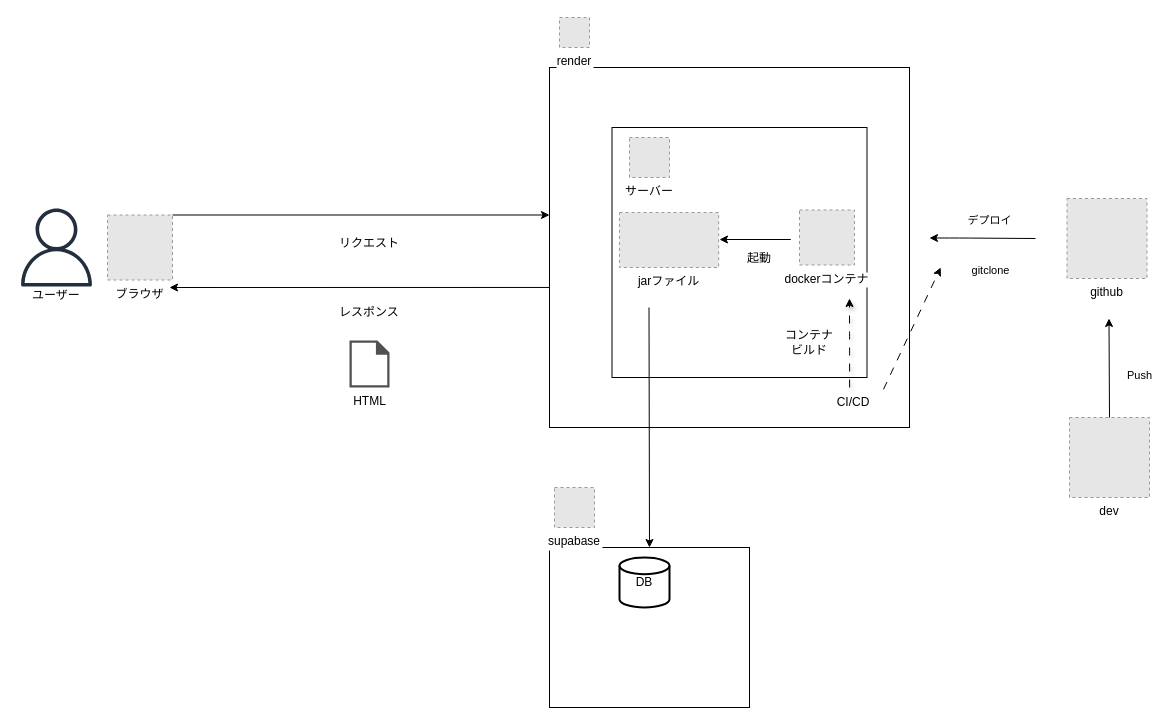
This is page "ページ2" (1 of 2) of InfrastructureArchitecture.drawio from Strawberry0121/EC-SITE, a draw.io file, before an edit. Source tidied: cells renumbered, new cells numbered last; positions are measured from the earlier drawing's top-left corner, leaving out a move shared by most shapes. Both pictures are drawn from the tidied source at 100%, with x=0, y=0 at pixel (17, 17). Pictures stored in the file or linked from it are replaced by grey dashed boxes.
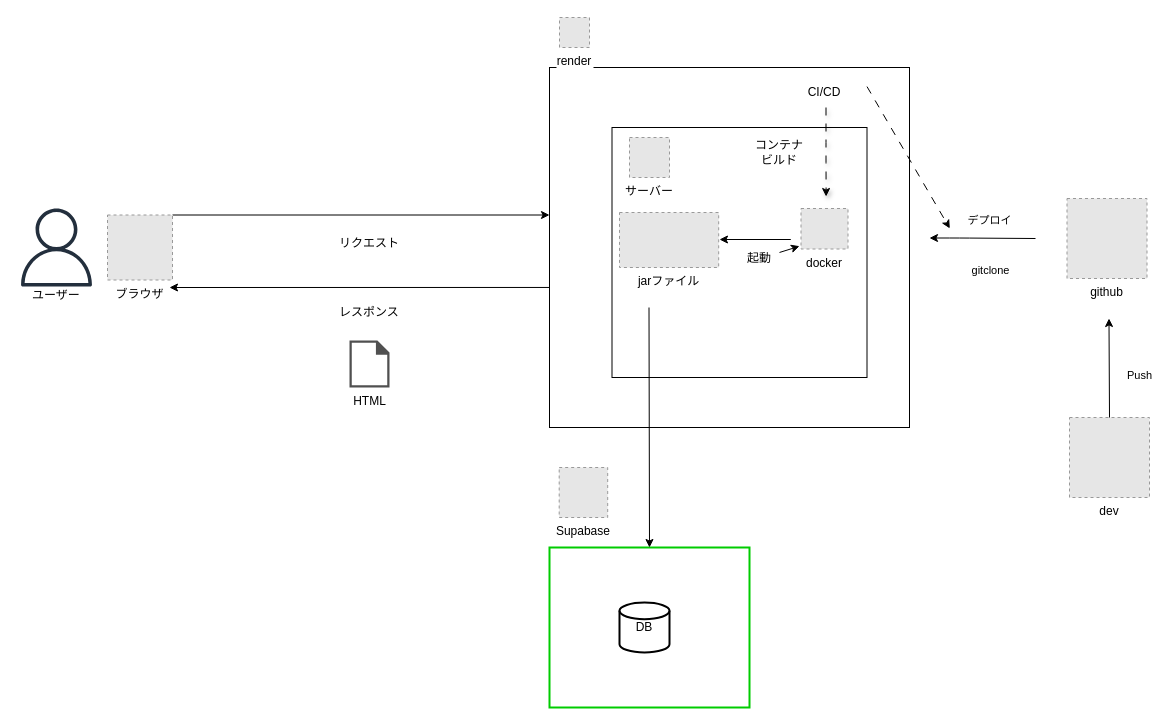
After the change.

Unchanged cells that the change refers to:
```xml
<mxCell id="26" value="起動" style="text;strokeColor=none;align=center;fillColor=none;html=1;verticalAlign=middle;whiteSpace=wrap;rounded=0;" parent="1" vertex="1">
  <mxGeometry x="722" y="232.5" width="40" height="17.5" as="geometry" />
</mxCell>
```

What changed in the source:
```diff
@@
-    <mxCell id="14" style="rounded=0;whiteSpace=wrap;html=1;" parent="1" vertex="1">
+    <mxCell id="14" style="rounded=0;whiteSpace=wrap;html=1;strokeColor=#00CC00;fontStyle=0;strokeWidth=2;" parent="1" vertex="1">
       <mxGeometry x="532" y="530" width="200" height="160" as="geometry" />
     </mxCell>
     <mxCell id="15" value="DB" style="strokeWidth=2;html=1;shape=mxgraph.flowchart.database;whiteSpace=wrap;" parent="1" vertex="1">
-      <mxGeometry x="602" y="540" width="50" height="50" as="geometry" />
+      <mxGeometry x="602" y="585" width="50" height="50" as="geometry" />
     </mxCell>
@@
-    <mxCell id="22" value="dockerコンテナ" style="fillColor=#E6E6E6;strokeColor=#999999;dashed=1;verticalLabelPosition=bottom;labelBackgroundColor=default;verticalAlign=top;" parent="1" vertex="1">
-      <mxGeometry x="782" y="192.5" width="55" height="55" as="geometry" />
-    </mxCell>
@@
     <mxCell id="24" style="endArrow=classic;dashed=1;html=1;exitX=0.991;exitY=0.894;exitDx=0;exitDy=0;exitPerimeter=0;endFill=1;dashPattern=8 8;" parent="1" edge="1">
       <mxGeometry relative="1" as="geometry">
-        <mxPoint x="866" y="371.8" as="sourcePoint" />
-        <mxPoint x="923.2" y="250" as="targetPoint" />
+        <mxPoint x="849.5" y="69.1" as="sourcePoint" />
+        <mxPoint x="932.3" y="210.9" as="targetPoint" />
       </mxGeometry>
     </mxCell>
     <mxCell id="25" value="CI/CD" style="text;strokeColor=none;align=center;fillColor=none;html=1;verticalAlign=middle;whiteSpace=wrap;rounded=0;" parent="1" vertex="1">
-      <mxGeometry x="806" y="370" width="60" height="30" as="geometry" />
+      <mxGeometry x="777" y="60" width="60" height="30" as="geometry" />
     </mxCell>
+    <mxCell id="33" style="edgeStyle=none;html=1;" parent="1" edge="1" source="26">
+      <mxGeometry relative="1" as="geometry">
+        <mxPoint x="782" y="228.7" as="targetPoint" />
+      </mxGeometry>
+    </mxCell>
@@
-    <mxCell id="27" value="supabase" style="fillColor=#E6E6E6;strokeColor=#999999;dashed=1;verticalLabelPosition=bottom;labelBackgroundColor=default;verticalAlign=top;" parent="1" vertex="1">
-      <mxGeometry x="537" y="470" width="40" height="40" as="geometry" />
-    </mxCell>
@@
     <mxCell id="30" style="endArrow=classic;dashed=1;html=1;edgeStyle=elbowEdgeStyle;elbow=vertical;shadow=1;dashPattern=8 8;startArrow=none;endFill=1;startFill=0;" parent="1" edge="1">
       <mxGeometry relative="1" as="geometry">
-        <mxPoint x="832.1" y="370" as="sourcePoint" />
-        <mxPoint x="832" y="281" as="targetPoint" />
+        <mxPoint x="808.5" y="90" as="sourcePoint" />
+        <mxPoint x="808.6" y="179" as="targetPoint" />
       </mxGeometry>
     </mxCell>
@@
     <mxCell id="32" value="コンテナビルド" style="text;strokeColor=none;align=center;fillColor=none;html=1;verticalAlign=middle;whiteSpace=wrap;rounded=0;" parent="1" vertex="1">
-      <mxGeometry x="762" y="310" width="60" height="30" as="geometry" />
+      <mxGeometry x="732" y="120" width="60" height="30" as="geometry" />
     </mxCell>
+    <mxCell id="34" value="Supabase" style="fillColor=#E6E6E6;strokeColor=#999999;dashed=1;verticalLabelPosition=bottom;labelBackgroundColor=default;verticalAlign=top;" parent="1" vertex="1">
+      <mxGeometry x="541.7" y="450" width="48.5" height="50" as="geometry" />
+    </mxCell>
+    <mxCell id="35" value="docker" style="fillColor=#E6E6E6;strokeColor=#999999;dashed=1;verticalLabelPosition=bottom;labelBackgroundColor=default;verticalAlign=top;" parent="1" vertex="1">
+      <mxGeometry x="783.5" y="191" width="47" height="40.5" as="geometry" />
+    </mxCell>
```
